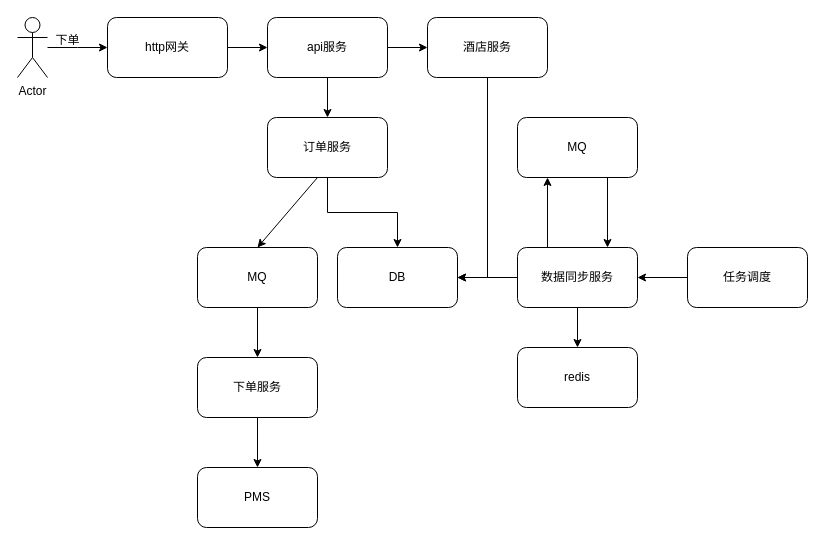
Above: page "第 7 页" (7 of 8) of 晋升.drawio in VilaNan/tsxxx.github.io (draw.io), before the change. Source tidied: cells renumbered, new cells numbered last; positions are measured from the earlier drawing's top-left corner, leaving out a move shared by most shapes. Both pictures are drawn from the tidied source at 100%, with x=0, y=0 at pixel (17, 17).
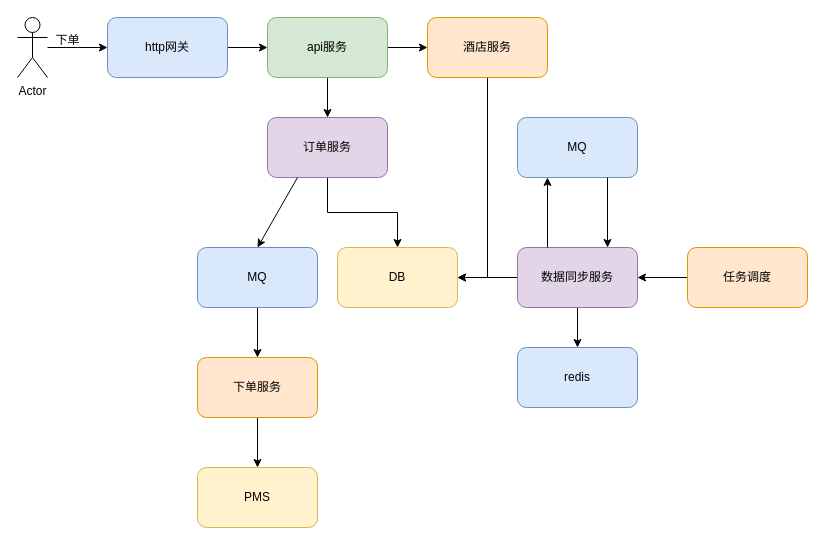
After the change.

The edit, as a diff of the source:
```diff
@@
-    <mxCell id="5" value="http网关" style="rounded=1;whiteSpace=wrap;html=1;" parent="1" vertex="1">
+    <mxCell id="5" value="http网关" style="rounded=1;whiteSpace=wrap;html=1;fillColor=#dae8fc;strokeColor=#6c8ebf;" parent="1" vertex="1">
       <mxGeometry x="90" width="120" height="60" as="geometry" />
     </mxCell>
@@
-    <mxCell id="8" value="api服务" style="rounded=1;whiteSpace=wrap;html=1;" parent="1" vertex="1">
+    <mxCell id="8" value="api服务" style="rounded=1;whiteSpace=wrap;html=1;fillColor=#d5e8d4;strokeColor=#82b366;" parent="1" vertex="1">
       <mxGeometry x="250" width="120" height="60" as="geometry" />
     </mxCell>
@@
-    <mxCell id="10" value="订单服务" style="rounded=1;whiteSpace=wrap;html=1;" parent="1" vertex="1">
+    <mxCell id="10" value="订单服务" style="rounded=1;whiteSpace=wrap;html=1;fillColor=#e1d5e7;strokeColor=#9673a6;" parent="1" vertex="1">
       <mxGeometry x="250" y="100" width="120" height="60" as="geometry" />
     </mxCell>
-    <mxCell id="11" value="DB" style="rounded=1;whiteSpace=wrap;html=1;" parent="1" vertex="1">
+    <mxCell id="11" value="DB" style="rounded=1;whiteSpace=wrap;html=1;fillColor=#fff2cc;strokeColor=#d6b656;" parent="1" vertex="1">
       <mxGeometry x="320" y="230" width="120" height="60" as="geometry" />
     </mxCell>
@@
-    <mxCell id="14" value="酒店服务" style="rounded=1;whiteSpace=wrap;html=1;" parent="1" vertex="1">
+    <mxCell id="14" value="酒店服务" style="rounded=1;whiteSpace=wrap;html=1;fillColor=#ffe6cc;strokeColor=#d79b00;" parent="1" vertex="1">
       <mxGeometry x="410" width="120" height="60" as="geometry" />
     </mxCell>
@@
-    <mxCell id="16" value="MQ" style="rounded=1;whiteSpace=wrap;html=1;" parent="1" vertex="1">
+    <mxCell id="16" value="MQ" style="rounded=1;whiteSpace=wrap;html=1;fillColor=#dae8fc;strokeColor=#6c8ebf;" parent="1" vertex="1">
       <mxGeometry x="180" y="230" width="120" height="60" as="geometry" />
     </mxCell>
@@
-    <mxCell id="19" value="数据同步服务" style="rounded=1;whiteSpace=wrap;html=1;" parent="1" vertex="1">
+    <mxCell id="19" value="数据同步服务" style="rounded=1;whiteSpace=wrap;html=1;fillColor=#e1d5e7;strokeColor=#9673a6;" parent="1" vertex="1">
       <mxGeometry x="500" y="230" width="120" height="60" as="geometry" />
     </mxCell>
-    <mxCell id="20" value="redis" style="rounded=1;whiteSpace=wrap;html=1;" parent="1" vertex="1">
+    <mxCell id="20" value="redis" style="rounded=1;whiteSpace=wrap;html=1;fillColor=#dae8fc;strokeColor=#6c8ebf;" parent="1" vertex="1">
       <mxGeometry x="500" y="330" width="120" height="60" as="geometry" />
     </mxCell>
-    <mxCell id="21" value="MQ" style="rounded=1;whiteSpace=wrap;html=1;" parent="1" vertex="1">
+    <mxCell id="21" value="MQ" style="rounded=1;whiteSpace=wrap;html=1;fillColor=#dae8fc;strokeColor=#6c8ebf;" parent="1" vertex="1">
       <mxGeometry x="500" y="100" width="120" height="60" as="geometry" />
     </mxCell>
@@
-    <mxCell id="23" value="任务调度" style="rounded=1;whiteSpace=wrap;html=1;" parent="1" vertex="1">
+    <mxCell id="23" value="任务调度" style="rounded=1;whiteSpace=wrap;html=1;fillColor=#ffe6cc;strokeColor=#d79b00;" parent="1" vertex="1">
       <mxGeometry x="670" y="230" width="120" height="60" as="geometry" />
     </mxCell>
@@
-    <mxCell id="26" style="endArrow=classic;html=1;rounded=0;exitX=0.25;exitY=1;exitDx=0;exitDy=0;entryX=0.5;entryY=0;entryDx=0;entryDy=0;" parent="1" edge="1" source="10" target="16">
-      <mxGeometry relative="1" as="geometry">
-        <Array as="points">
-          <mxPoint x="300" y="160" />
-        </Array>
-      </mxGeometry>
-    </mxCell>
@@
-    <mxCell id="28" value="下单服务" style="rounded=1;whiteSpace=wrap;html=1;" parent="1" vertex="1">
+    <mxCell id="28" value="下单服务" style="rounded=1;whiteSpace=wrap;html=1;fillColor=#ffe6cc;strokeColor=#d79b00;" parent="1" vertex="1">
       <mxGeometry x="180" y="340" width="120" height="60" as="geometry" />
     </mxCell>
-    <mxCell id="29" value="PMS" style="rounded=1;whiteSpace=wrap;html=1;" parent="1" vertex="1">
+    <mxCell id="29" value="PMS" style="rounded=1;whiteSpace=wrap;html=1;fillColor=#fff2cc;strokeColor=#d6b656;" parent="1" vertex="1">
       <mxGeometry x="180" y="450" width="120" height="60" as="geometry" />
     </mxCell>
+    <mxCell id="26" style="endArrow=classic;html=1;rounded=0;exitX=0.25;exitY=1;exitDx=0;exitDy=0;entryX=0.5;entryY=0;entryDx=0;entryDy=0;" parent="1" edge="1" source="10" target="16">
+      <mxGeometry relative="1" as="geometry" />
+    </mxCell>
```
